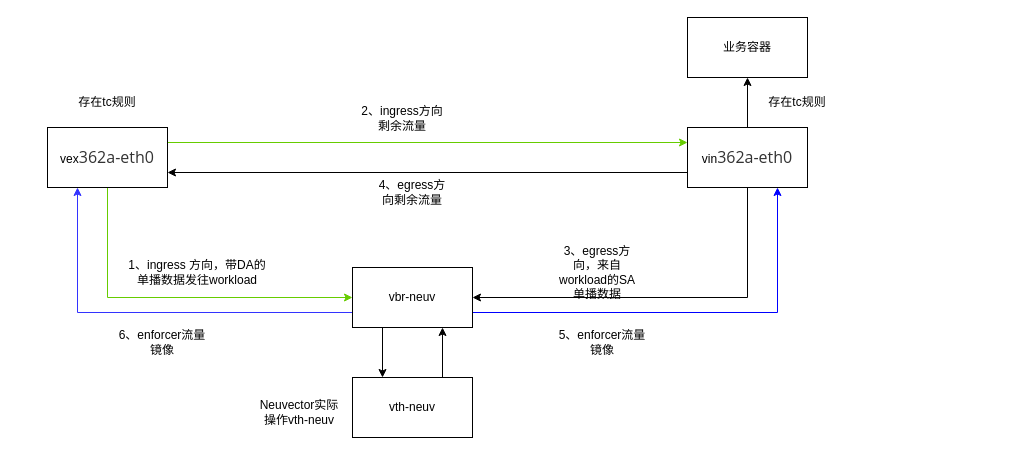
haolipeng/study_cloud_security keeps this draw.io diagram as 3-容器安全/Neuvector/FwdPortPair包转发流程.drawio. Above is the earlier version. Source tidied: cells renumbered, new cells numbered last; positions are measured from the earlier drawing's top-left corner, leaving out a move shared by most shapes. Both pictures are drawn from the tidied source at 100%, with x=0, y=0 at pixel (47, 17).
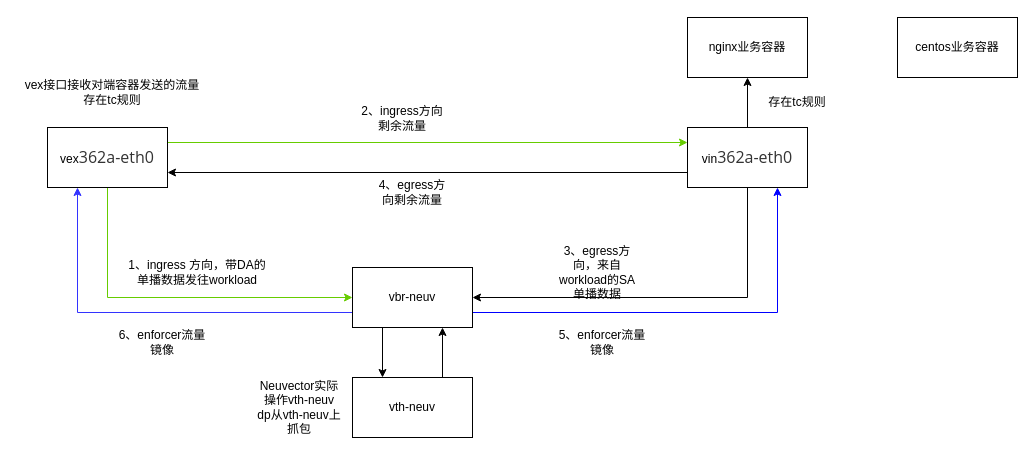
The same diagram, later.

Change to the diagram source:
```diff
@@
-    <mxCell id="19" value="业务容器" style="rounded=0;whiteSpace=wrap;html=1;" parent="1" vertex="1">
+    <mxCell id="19" value="nginx业务容器" style="rounded=0;whiteSpace=wrap;html=1;" parent="1" vertex="1">
       <mxGeometry x="640" width="120" height="60" as="geometry" />
     </mxCell>
@@
-    <mxCell id="22" value="Neuvector实际操作vth-neuv" style="text;html=1;strokeColor=none;fillColor=none;align=center;verticalAlign=middle;whiteSpace=wrap;rounded=0;" parent="1" vertex="1">
-      <mxGeometry x="207" y="380" width="90" height="30" as="geometry" />
+    <mxCell id="22" value="Neuvector实际操作vth-neuv&lt;br&gt;dp从vth-neuv上抓包" style="text;html=1;strokeColor=none;fillColor=none;align=center;verticalAlign=middle;whiteSpace=wrap;rounded=0;" parent="1" vertex="1">
+      <mxGeometry x="207" y="360" width="90" height="60" as="geometry" />
     </mxCell>
-    <mxCell id="23" value="存在tc规则" style="text;html=1;strokeColor=none;fillColor=none;align=center;verticalAlign=middle;whiteSpace=wrap;rounded=0;" parent="1" vertex="1">
-      <mxGeometry x="20" y="70" width="80" height="30" as="geometry" />
+    <mxCell id="23" value="vex接口接收对端容器发送的流量&lt;br&gt;存在tc规则" style="text;html=1;strokeColor=none;fillColor=none;align=center;verticalAlign=middle;whiteSpace=wrap;rounded=0;" parent="1" vertex="1">
+      <mxGeometry x="-30" y="60" width="190" height="30" as="geometry" />
     </mxCell>
@@
+    <mxCell id="25" value="centos业务容器" style="rounded=0;whiteSpace=wrap;html=1;" parent="1" vertex="1">
+      <mxGeometry x="850" width="120" height="60" as="geometry" />
+    </mxCell>
```
